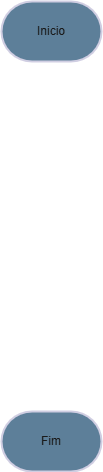
The draw.io diagram exercicios10.drawio.png in andrew-cdia/algoritmos-lista1, before a commit. Source tidied: cells renumbered, new cells last; positions are measured from the earlier drawing's top-left corner, leaving out a move shared by most shapes.
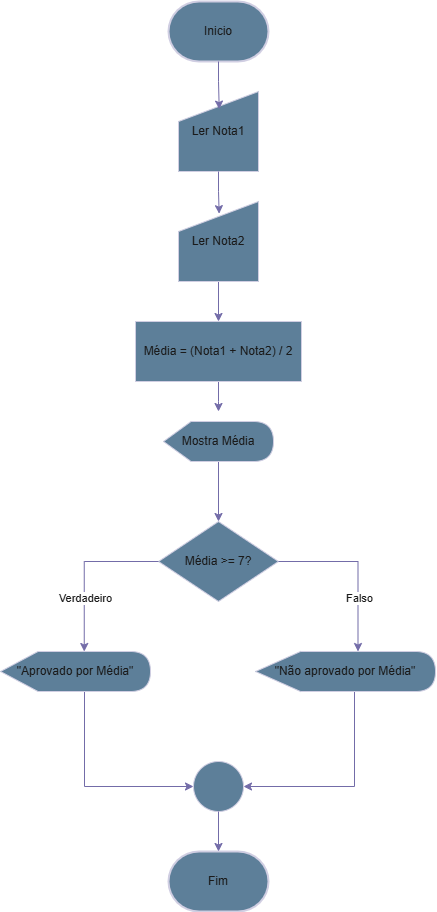
After the commit.

What changed in the source:
```diff
@@ -3,10 +3,84 @@
     <mxCell id="0" />
     <mxCell id="1" parent="0" />
     <mxCell id="2" value="Fim" style="strokeWidth=2;html=1;shape=mxgraph.flowchart.terminator;whiteSpace=wrap;strokeColor=#D0CEE2;fontColor=#1A1A1A;fillColor=#5D7F99;" parent="1" vertex="1">
-      <mxGeometry y="410" width="100" height="60" as="geometry" />
+      <mxGeometry y="899" width="100" height="60" as="geometry" />
     </mxCell>
     <mxCell id="3" value="Inicio" style="strokeWidth=2;html=1;shape=mxgraph.flowchart.terminator;whiteSpace=wrap;strokeColor=#D0CEE2;fontColor=#1A1A1A;fillColor=#5D7F99;" parent="1" vertex="1">
-      <mxGeometry width="100" height="60" as="geometry" />
+      <mxGeometry y="49" width="100" height="60" as="geometry" />
     </mxCell>
+    <mxCell id="4" style="edgeStyle=orthogonalEdgeStyle;rounded=0;jettySize=auto;html=1;entryX=0.5;entryY=0;entryDx=0;entryDy=0;strokeColor=#736CA8;fontColor=#1A1A1A;" parent="1" edge="1" source="5" target="8">
+      <mxGeometry relative="1" as="geometry" />
+    </mxCell>
+    <mxCell id="5" value="Ler Nota2" style="shape=manualInput;whiteSpace=wrap;html=1;strokeColor=#D0CEE2;fontColor=#1A1A1A;fillColor=#5D7F99;" parent="1" vertex="1">
+      <mxGeometry x="10" y="249" width="80" height="80" as="geometry" />
+    </mxCell>
+    <mxCell id="6" value="Ler Nota1" style="shape=manualInput;whiteSpace=wrap;html=1;strokeColor=#D0CEE2;fontColor=#1A1A1A;fillColor=#5D7F99;" parent="1" vertex="1">
+      <mxGeometry x="10" y="139" width="80" height="80" as="geometry" />
+    </mxCell>
+    <mxCell id="7" style="edgeStyle=orthogonalEdgeStyle;rounded=0;jettySize=auto;html=1;strokeColor=#736CA8;fontColor=#1A1A1A;" parent="1" edge="1" source="8">
+      <mxGeometry relative="1" as="geometry">
+        <mxPoint x="50" y="459" as="targetPoint" />
+      </mxGeometry>
+    </mxCell>
+    <mxCell id="8" value="Média = (Nota1 + Nota2) / 2" style="rounded=0;whiteSpace=wrap;html=1;strokeColor=#D0CEE2;fontColor=#1A1A1A;fillColor=#5D7F99;" parent="1" vertex="1">
+      <mxGeometry x="-33" y="369" width="166" height="60" as="geometry" />
+    </mxCell>
+    <mxCell id="9" value="Média &amp;gt;= 7?" style="rhombus;whiteSpace=wrap;html=1;strokeColor=#D0CEE2;fontColor=#1A1A1A;fillColor=#5D7F99;" parent="1" vertex="1">
+      <mxGeometry x="-10" y="569" width="120" height="80" as="geometry" />
+    </mxCell>
+    <mxCell id="10" style="edgeStyle=orthogonalEdgeStyle;rounded=0;jettySize=auto;html=1;entryX=0.5;entryY=0;entryDx=0;entryDy=0;strokeColor=#736CA8;fontColor=#1A1A1A;" parent="1" edge="1" source="11" target="9">
+      <mxGeometry relative="1" as="geometry" />
+    </mxCell>
+    <mxCell id="11" value="Mostra Média" style="shape=display;whiteSpace=wrap;html=1;strokeColor=#D0CEE2;fontColor=#1A1A1A;fillColor=#5D7F99;" parent="1" vertex="1">
+      <mxGeometry x="-5" y="469" width="110" height="40" as="geometry" />
+    </mxCell>
+    <mxCell id="12" style="edgeStyle=orthogonalEdgeStyle;rounded=0;jettySize=auto;html=1;entryX=1;entryY=0.5;entryDx=0;entryDy=0;strokeColor=#736CA8;fontColor=#1A1A1A;" parent="1" edge="1" source="13" target="16">
+      <mxGeometry relative="1" as="geometry">
+        <Array as="points">
+          <mxPoint x="186" y="834" />
+        </Array>
+      </mxGeometry>
+    </mxCell>
+    <mxCell id="13" value="&quot;Não aprovado por Média&quot;" style="shape=display;whiteSpace=wrap;html=1;strokeColor=#D0CEE2;fontColor=#1A1A1A;fillColor=#5D7F99;" parent="1" vertex="1">
+      <mxGeometry x="87" y="699" width="180" height="40" as="geometry" />
+    </mxCell>
+    <mxCell id="14" style="edgeStyle=orthogonalEdgeStyle;rounded=0;jettySize=auto;html=1;entryX=0;entryY=0.5;entryDx=0;entryDy=0;strokeColor=#736CA8;fontColor=#1A1A1A;" parent="1" edge="1" source="15" target="16">
+      <mxGeometry relative="1" as="geometry">
+        <Array as="points">
+          <mxPoint x="-84" y="834" />
+        </Array>
+      </mxGeometry>
+    </mxCell>
+    <mxCell id="15" value="&quot;Aprovado por Média&quot;" style="shape=display;whiteSpace=wrap;html=1;strokeColor=#D0CEE2;fontColor=#1A1A1A;fillColor=#5D7F99;" parent="1" vertex="1">
+      <mxGeometry x="-168" y="699" width="150" height="40" as="geometry" />
+    </mxCell>
+    <mxCell id="16" style="ellipse;whiteSpace=wrap;html=1;strokeColor=#D0CEE2;fontColor=#1A1A1A;fillColor=#5D7F99;" parent="1" vertex="1">
+      <mxGeometry x="25" y="809" width="50" height="50" as="geometry" />
+    </mxCell>
+    <mxCell id="17" style="edgeStyle=orthogonalEdgeStyle;rounded=0;jettySize=auto;html=1;entryX=0;entryY=0;entryDx=83.75;entryDy=0;entryPerimeter=0;strokeColor=#736CA8;fontColor=#1A1A1A;" parent="1" edge="1" source="9" target="15">
+      <mxGeometry relative="1" as="geometry" />
+    </mxCell>
+    <mxCell id="18" value="Verdadeiro" style="edgeLabel;html=1;align=center;verticalAlign=middle;strokeColor=#D0CEE2;fontColor=#1A1A1A;fillColor=#5D7F99;" parent="17" vertex="1">
+      <mxGeometry x="0.33" relative="1" as="geometry" />
+    </mxCell>
+    <mxCell id="19" style="edgeStyle=orthogonalEdgeStyle;rounded=0;jettySize=auto;html=1;entryX=0;entryY=0;entryDx=102.5;entryDy=0;entryPerimeter=0;strokeColor=#736CA8;fontColor=#1A1A1A;" parent="1" edge="1" source="9" target="13">
+      <mxGeometry relative="1" as="geometry">
+        <Array as="points">
+          <mxPoint x="190" y="609" />
+        </Array>
+      </mxGeometry>
+    </mxCell>
+    <mxCell id="20" value="Falso" style="edgeLabel;html=1;align=center;verticalAlign=middle;strokeColor=#D0CEE2;fontColor=#1A1A1A;fillColor=#5D7F99;" parent="19" vertex="1">
+      <mxGeometry x="0.36" relative="1" as="geometry" />
+    </mxCell>
+    <mxCell id="21" style="edgeStyle=orthogonalEdgeStyle;rounded=0;jettySize=auto;html=1;entryX=0.5;entryY=0;entryDx=0;entryDy=0;entryPerimeter=0;strokeColor=#736CA8;fontColor=#1A1A1A;" parent="1" edge="1" source="16" target="2">
+      <mxGeometry relative="1" as="geometry" />
+    </mxCell>
+    <mxCell id="22" style="edgeStyle=orthogonalEdgeStyle;rounded=0;jettySize=auto;html=1;entryX=0.509;entryY=0.22;entryDx=0;entryDy=0;entryPerimeter=0;strokeColor=#736CA8;fontColor=#1A1A1A;" parent="1" edge="1" source="3" target="6">
+      <mxGeometry relative="1" as="geometry" />
+    </mxCell>
+    <mxCell id="23" style="edgeStyle=orthogonalEdgeStyle;rounded=0;jettySize=auto;html=1;entryX=0.508;entryY=0.152;entryDx=0;entryDy=0;entryPerimeter=0;strokeColor=#736CA8;fontColor=#1A1A1A;" parent="1" edge="1" source="6" target="5">
+      <mxGeometry relative="1" as="geometry" />
+    </mxCell>
   </root>
 </mxGraphModel>
```
